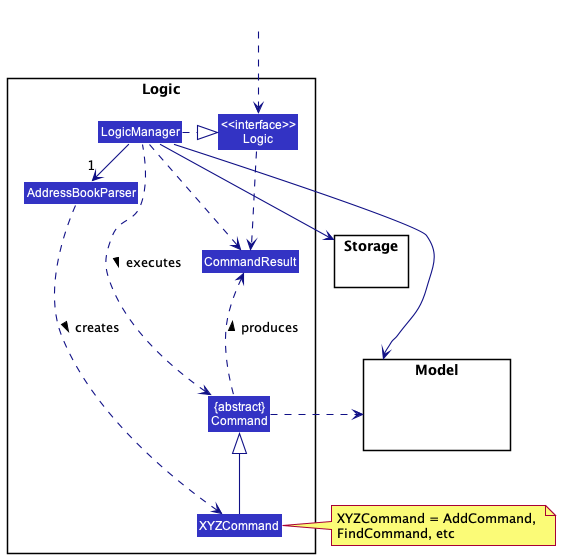
The PlantUML diagram docs/images/LogicClassDiagram.png in nus-cs2103-AY2223S2/tp, before a commit.
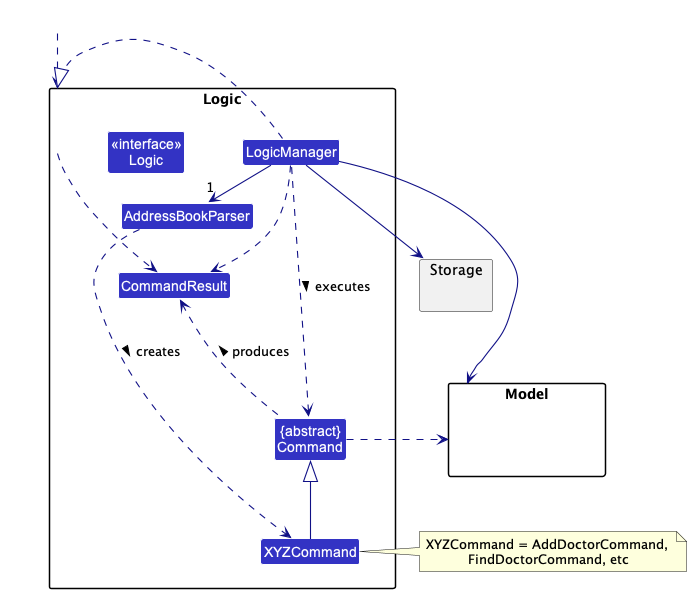
Later version of the same file.

Commit message:
Add Logic and Model classes

What changed in the source:
```diff
@@ -38,7 +38,7 @@
 Storage --[hidden] Model
 Command .[hidden]up.> Storage
 Command .right.> Model
-note right of XYZCommand: XYZCommand = AddCommand, \nFindCommand, etc
+note right of XYZCommand: XYZCommand = AddDoctorCommand, \nFindDoctorCommand, etc
 
 Logic ..> CommandResult
 LogicManager .down.> CommandResult
```
